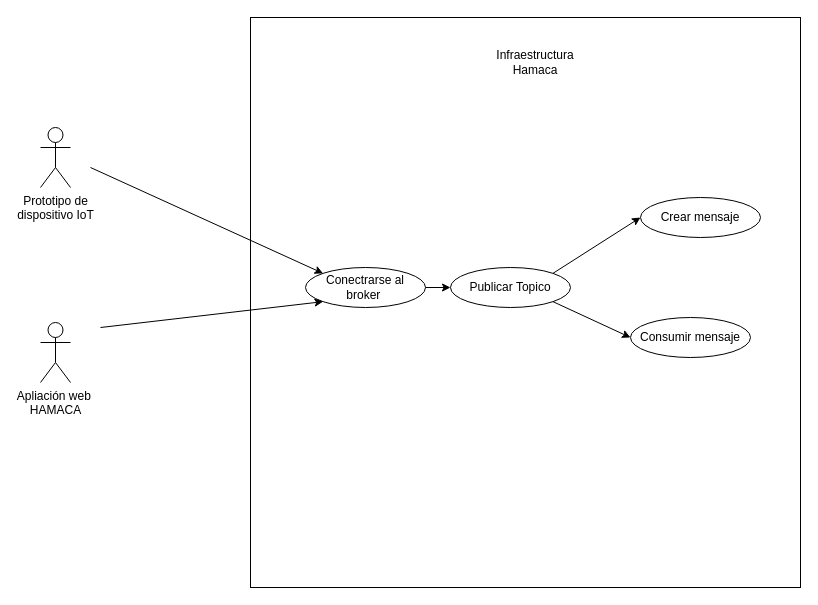
Earlier version of the draw.io diagram page "Página-4" (4 of 4) of Esquematicos/Diagrama sin título.drawio (peterjuse/teg-documents). Source tidied: cells renumbered, new cells numbered last; positions are measured from the earlier drawing's top-left corner, leaving out a move shared by most shapes. Both pictures are drawn from the tidied source at 100%, with x=0, y=0 at pixel (40, 17).
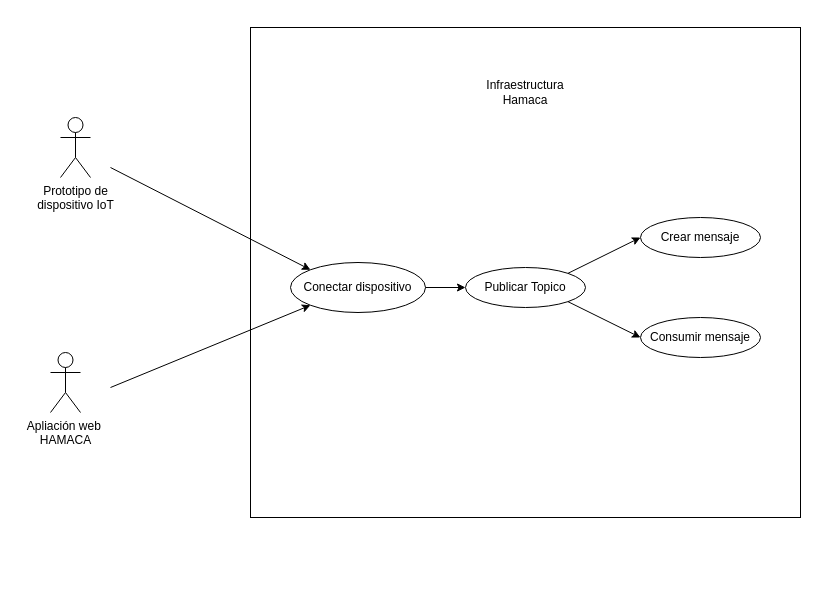
Above is the later version.

The edit, as a diff of the source:
```diff
@@
 <mxGraphModel>
   <root>
     <mxCell id="0" />
     <mxCell id="1" parent="0" />
     <mxCell id="2" value="Prototipo de&lt;br&gt;dispositivo IoT" style="shape=umlActor;verticalLabelPosition=bottom;verticalAlign=top;html=1;" parent="1" vertex="1">
-      <mxGeometry y="110" width="30" height="60" as="geometry" />
+      <mxGeometry x="20" y="100" width="30" height="60" as="geometry" />
     </mxCell>
     <mxCell id="3" style="rounded=0;whiteSpace=wrap;html=1;fillColor=none;" parent="1" vertex="1">
-      <mxGeometry x="210" width="550" height="570" as="geometry" />
+      <mxGeometry x="210" y="10" width="550" height="490" as="geometry" />
     </mxCell>
-    <mxCell id="4" value="Conectrarse al broker&amp;nbsp;" style="ellipse;whiteSpace=wrap;html=1;fillColor=none;" parent="1" vertex="1">
-      <mxGeometry x="265" y="250" width="120" height="40" as="geometry" />
+    <mxCell id="4" value="Conectar dispositivo" style="ellipse;whiteSpace=wrap;html=1;fillColor=none;" parent="1" vertex="1">
+      <mxGeometry x="250" y="245" width="135" height="50" as="geometry" />
     </mxCell>
     <mxCell id="5" value="Crear mensaje" style="ellipse;whiteSpace=wrap;html=1;fillColor=none;" parent="1" vertex="1">
-      <mxGeometry x="600" y="180" width="120" height="40" as="geometry" />
+      <mxGeometry x="600" y="200" width="120" height="40" as="geometry" />
     </mxCell>
     <mxCell id="6" style="endArrow=classic;html=1;rounded=0;entryX=0;entryY=0;entryDx=0;entryDy=0;" parent="1" edge="1" target="4">
       <mxGeometry relative="1" as="geometry">
-        <mxPoint x="50" y="150" as="sourcePoint" />
+        <mxPoint x="70" y="150" as="sourcePoint" />
       </mxGeometry>
     </mxCell>
     <mxCell id="7" value="Publicar Topico" style="ellipse;whiteSpace=wrap;html=1;fillColor=none;" parent="1" vertex="1">
-      <mxGeometry x="410" y="250" width="120" height="40" as="geometry" />
+      <mxGeometry x="425" y="250" width="120" height="40" as="geometry" />
     </mxCell>
     <mxCell id="8" style="endArrow=classic;html=1;rounded=0;entryX=0;entryY=0.5;entryDx=0;entryDy=0;exitX=1;exitY=0.5;exitDx=0;exitDy=0;" parent="1" edge="1" source="4" target="7">
       <mxGeometry relative="1" as="geometry" />
     </mxCell>
     <mxCell id="9" value="Infraestructura &lt;br&gt;Hamaca" style="text;html=1;strokeColor=none;fillColor=none;align=center;verticalAlign=middle;whiteSpace=wrap;rounded=0;" parent="1" vertex="1">
-      <mxGeometry x="420" y="30" width="150" height="30" as="geometry" />
+      <mxGeometry x="410" y="60" width="150" height="30" as="geometry" />
     </mxCell>
     <mxCell id="10" style="endArrow=classic;html=1;rounded=0;entryX=0;entryY=0.5;entryDx=0;entryDy=0;exitX=1;exitY=0;exitDx=0;exitDy=0;" parent="1" edge="1" source="7" target="5">
       <mxGeometry relative="1" as="geometry" />
     </mxCell>
     <mxCell id="11" value="Consumir mensaje" style="ellipse;whiteSpace=wrap;html=1;fillColor=none;" parent="1" vertex="1">
-      <mxGeometry x="590" y="300" width="120" height="40" as="geometry" />
+      <mxGeometry x="600" y="300" width="120" height="40" as="geometry" />
     </mxCell>
     <mxCell id="12" style="endArrow=classic;html=1;rounded=0;entryX=0;entryY=0.5;entryDx=0;entryDy=0;exitX=1;exitY=1;exitDx=0;exitDy=0;" parent="1" edge="1" source="7" target="11">
       <mxGeometry relative="1" as="geometry" />
     </mxCell>
     <mxCell id="13" value="Apliación web&amp;nbsp;&lt;br&gt;HAMACA" style="shape=umlActor;verticalLabelPosition=bottom;verticalAlign=top;html=1;" parent="1" vertex="1">
-      <mxGeometry y="305" width="30" height="60" as="geometry" />
+      <mxGeometry x="10" y="335" width="30" height="60" as="geometry" />
     </mxCell>
     <mxCell id="14" style="endArrow=classic;html=1;rounded=0;entryX=0;entryY=1;entryDx=0;entryDy=0;" parent="1" edge="1" target="4">
       <mxGeometry relative="1" as="geometry">
-        <mxPoint x="60" y="310" as="sourcePoint" />
+        <mxPoint x="70" y="370" as="sourcePoint" />
       </mxGeometry>
     </mxCell>
   </root>
 </mxGraphModel>
```
